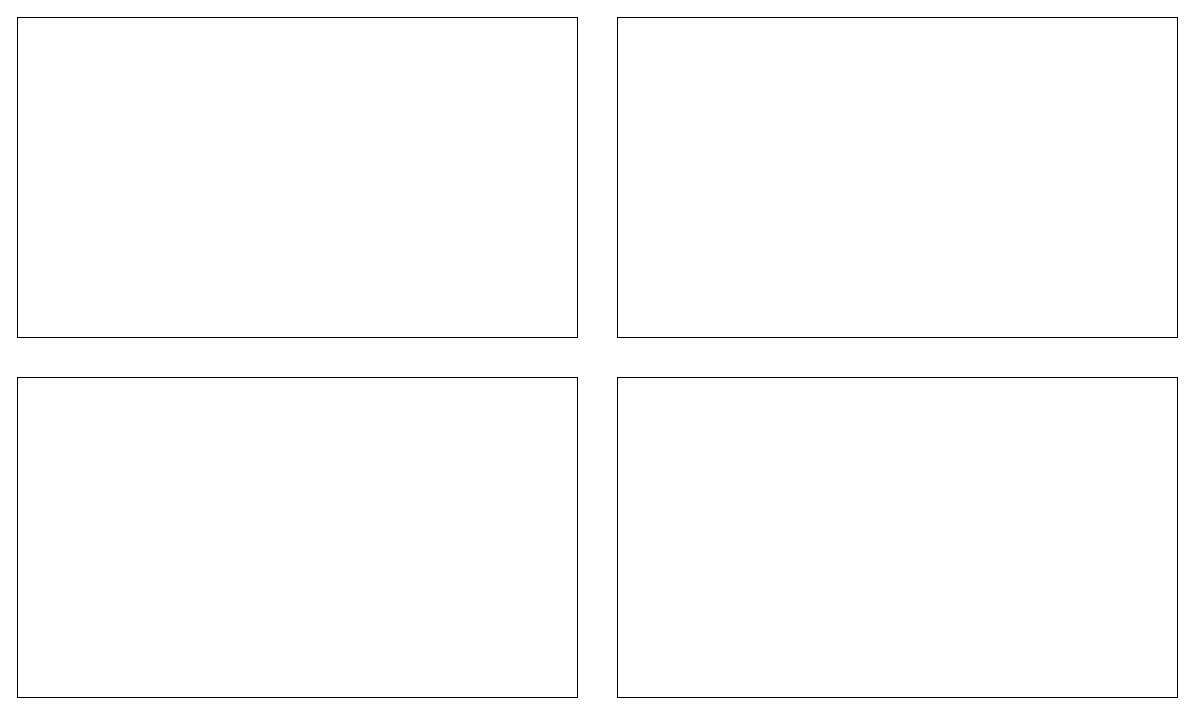
Above: Untitled Diagram.drawio in victorDigital/DDU2 (draw.io), before the change. Source tidied: cells renumbered, new cells numbered last; positions are measured from the earlier drawing's top-left corner, leaving out a move shared by most shapes. Both pictures are drawn from the tidied source at 100%, with x=0, y=0 at pixel (17, 17).
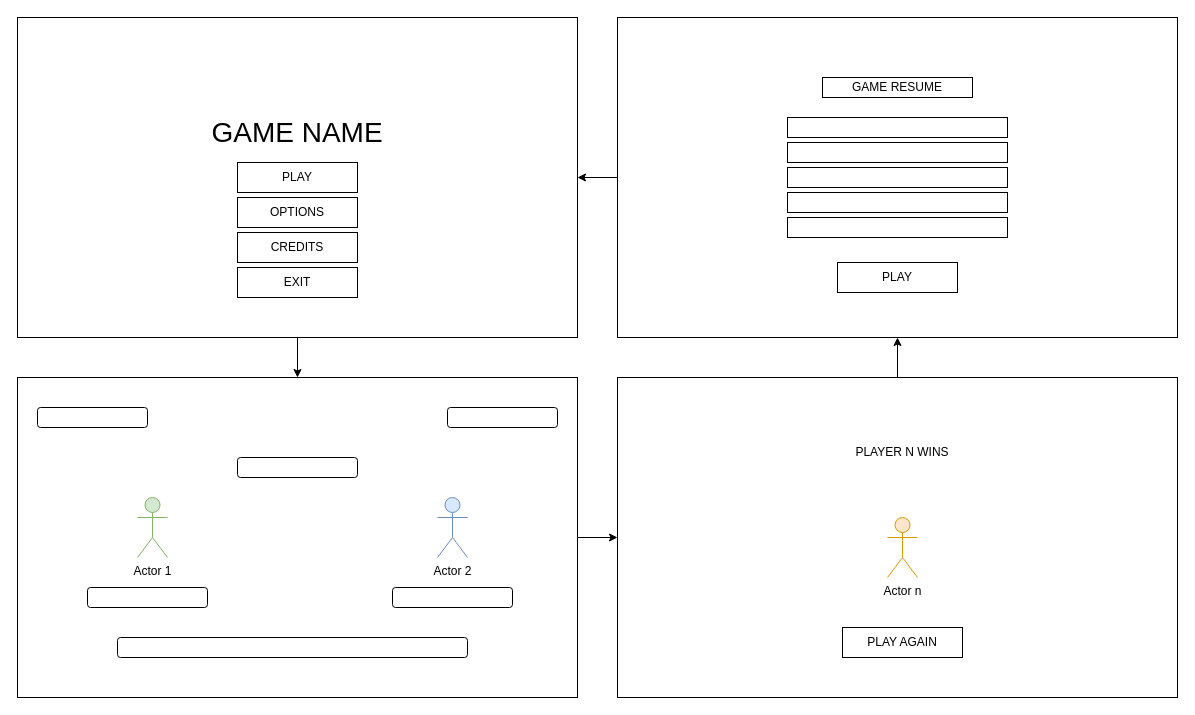
Above is the later version.

The change refers to these unchanged cells:
```xml
<mxCell id="2" style="rounded=0;whiteSpace=wrap;html=1;" parent="1" vertex="1">
  <mxGeometry width="560" height="320" as="geometry" />
</mxCell>
<mxCell id="3" style="rounded=0;whiteSpace=wrap;html=1;" parent="1" vertex="1">
  <mxGeometry x="600" width="560" height="320" as="geometry" />
</mxCell>
<mxCell id="4" style="rounded=0;whiteSpace=wrap;html=1;" parent="1" vertex="1">
  <mxGeometry y="360" width="560" height="320" as="geometry" />
</mxCell>
<mxCell id="5" style="rounded=0;whiteSpace=wrap;html=1;" parent="1" vertex="1">
  <mxGeometry x="600" y="360" width="560" height="320" as="geometry" />
</mxCell>
```

The edit, as a diff of the source:
```diff
@@
+    <mxCell id="6" style="edgeStyle=orthogonalEdgeStyle;rounded=0;jettySize=auto;html=1;exitX=0.5;exitY=1;exitDx=0;exitDy=0;" parent="1" edge="1" source="2" target="4">
+      <mxGeometry relative="1" as="geometry" />
+    </mxCell>
@@
+    <mxCell id="7" style="edgeStyle=orthogonalEdgeStyle;rounded=0;jettySize=auto;html=1;exitX=0;exitY=0.5;exitDx=0;exitDy=0;" parent="1" edge="1" source="3" target="2">
+      <mxGeometry relative="1" as="geometry" />
+    </mxCell>
@@
+    <mxCell id="8" style="edgeStyle=orthogonalEdgeStyle;rounded=0;jettySize=auto;html=1;exitX=1;exitY=0.5;exitDx=0;exitDy=0;" parent="1" edge="1" source="4" target="5">
+      <mxGeometry relative="1" as="geometry" />
+    </mxCell>
@@
+    <mxCell id="9" style="edgeStyle=orthogonalEdgeStyle;rounded=0;jettySize=auto;html=1;exitX=0.5;exitY=0;exitDx=0;exitDy=0;" parent="1" edge="1" source="5" target="3">
+      <mxGeometry relative="1" as="geometry" />
+    </mxCell>
@@
+    <mxCell id="10" value="PLAY" style="rounded=0;whiteSpace=wrap;html=1;" parent="1" vertex="1">
+      <mxGeometry x="220" y="145" width="120" height="30" as="geometry" />
+    </mxCell>
+    <mxCell id="11" value="OPTIONS" style="rounded=0;whiteSpace=wrap;html=1;" parent="1" vertex="1">
+      <mxGeometry x="220" y="180" width="120" height="30" as="geometry" />
+    </mxCell>
+    <mxCell id="12" value="CREDITS" style="rounded=0;whiteSpace=wrap;html=1;" parent="1" vertex="1">
+      <mxGeometry x="220" y="215" width="120" height="30" as="geometry" />
+    </mxCell>
+    <mxCell id="13" value="EXIT" style="rounded=0;whiteSpace=wrap;html=1;" parent="1" vertex="1">
+      <mxGeometry x="220" y="250" width="120" height="30" as="geometry" />
+    </mxCell>
+    <mxCell id="14" value="&lt;font style=&quot;font-size: 28px;&quot;&gt;GAME NAME&lt;/font&gt;" style="text;html=1;align=center;verticalAlign=middle;whiteSpace=wrap;rounded=0;" parent="1" vertex="1">
+      <mxGeometry x="180" y="100" width="200" height="30" as="geometry" />
+    </mxCell>
+    <mxCell id="15" value="Actor 1" style="shape=umlActor;verticalLabelPosition=bottom;verticalAlign=top;html=1;fillColor=#d5e8d4;strokeColor=#82b366;" parent="1" vertex="1">
+      <mxGeometry x="120" y="480" width="30" height="60" as="geometry" />
+    </mxCell>
+    <mxCell id="16" value="Actor 2" style="shape=umlActor;verticalLabelPosition=bottom;verticalAlign=top;html=1;fillColor=#dae8fc;strokeColor=#6c8ebf;" parent="1" vertex="1">
+      <mxGeometry x="420" y="480" width="30" height="60" as="geometry" />
+    </mxCell>
+    <mxCell id="17" style="rounded=1;whiteSpace=wrap;html=1;" parent="1" vertex="1">
+      <mxGeometry x="70" y="570" width="120" height="20" as="geometry" />
+    </mxCell>
+    <mxCell id="18" style="rounded=1;whiteSpace=wrap;html=1;" parent="1" vertex="1">
+      <mxGeometry x="375" y="570" width="120" height="20" as="geometry" />
+    </mxCell>
+    <mxCell id="19" style="rounded=1;whiteSpace=wrap;html=1;" parent="1" vertex="1">
+      <mxGeometry x="220" y="440" width="120" height="20" as="geometry" />
+    </mxCell>
+    <mxCell id="20" style="rounded=1;whiteSpace=wrap;html=1;" parent="1" vertex="1">
+      <mxGeometry x="100" y="620" width="350" height="20" as="geometry" />
+    </mxCell>
+    <mxCell id="21" style="rounded=1;whiteSpace=wrap;html=1;" parent="1" vertex="1">
+      <mxGeometry x="430" y="390" width="110" height="20" as="geometry" />
+    </mxCell>
+    <mxCell id="22" style="rounded=1;whiteSpace=wrap;html=1;" parent="1" vertex="1">
+      <mxGeometry x="20" y="390" width="110" height="20" as="geometry" />
+    </mxCell>
+    <mxCell id="23" value="Actor n" style="shape=umlActor;verticalLabelPosition=bottom;verticalAlign=top;html=1;fillColor=#ffe6cc;strokeColor=#d79b00;" parent="1" vertex="1">
+      <mxGeometry x="870" y="500" width="30" height="60" as="geometry" />
+    </mxCell>
+    <mxCell id="24" value="PLAYER N WINS" style="text;html=1;align=center;verticalAlign=middle;whiteSpace=wrap;rounded=0;" parent="1" vertex="1">
+      <mxGeometry x="750" y="420" width="270" height="30" as="geometry" />
+    </mxCell>
+    <mxCell id="25" value="PLAY AGAIN" style="rounded=0;whiteSpace=wrap;html=1;" parent="1" vertex="1">
+      <mxGeometry x="825" y="610" width="120" height="30" as="geometry" />
+    </mxCell>
+    <mxCell id="26" value="GAME RESUME" style="rounded=0;whiteSpace=wrap;html=1;" parent="1" vertex="1">
+      <mxGeometry x="805" y="60" width="150" height="20" as="geometry" />
+    </mxCell>
+    <mxCell id="27" style="rounded=0;whiteSpace=wrap;html=1;" parent="1" vertex="1">
+      <mxGeometry x="770" y="100" width="220" height="20" as="geometry" />
+    </mxCell>
+    <mxCell id="28" style="rounded=0;whiteSpace=wrap;html=1;" parent="1" vertex="1">
+      <mxGeometry x="770" y="125" width="220" height="20" as="geometry" />
+    </mxCell>
+    <mxCell id="29" style="rounded=0;whiteSpace=wrap;html=1;" parent="1" vertex="1">
+      <mxGeometry x="770" y="150" width="220" height="20" as="geometry" />
+    </mxCell>
+    <mxCell id="30" style="rounded=0;whiteSpace=wrap;html=1;" parent="1" vertex="1">
+      <mxGeometry x="770" y="175" width="220" height="20" as="geometry" />
+    </mxCell>
+    <mxCell id="31" style="rounded=0;whiteSpace=wrap;html=1;" parent="1" vertex="1">
+      <mxGeometry x="770" y="200" width="220" height="20" as="geometry" />
+    </mxCell>
+    <mxCell id="32" value="PLAY" style="rounded=0;whiteSpace=wrap;html=1;" parent="1" vertex="1">
+      <mxGeometry x="820" y="245" width="120" height="30" as="geometry" />
+    </mxCell>
```
